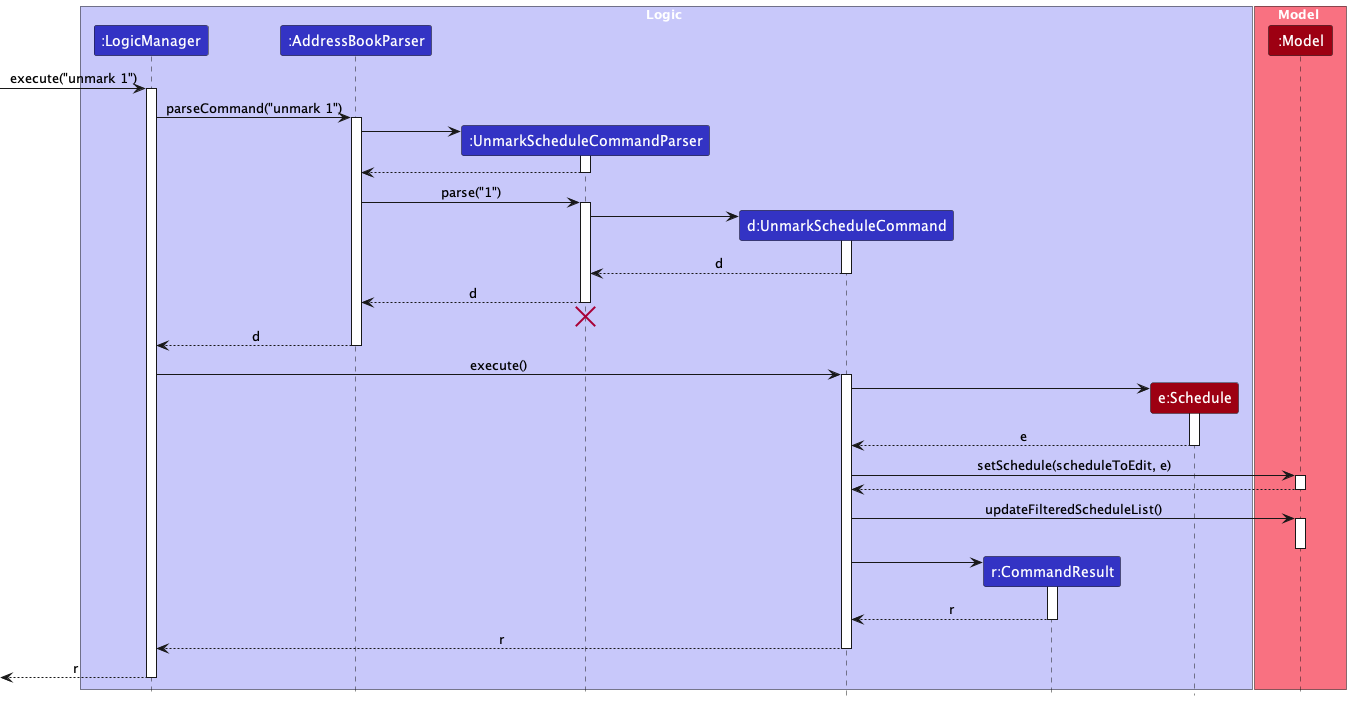
Above: docs/images/UnmarkScheduleSequenceDiagram.png in nus-cs2103-AY2324S1/tp (PlantUML), before the change.
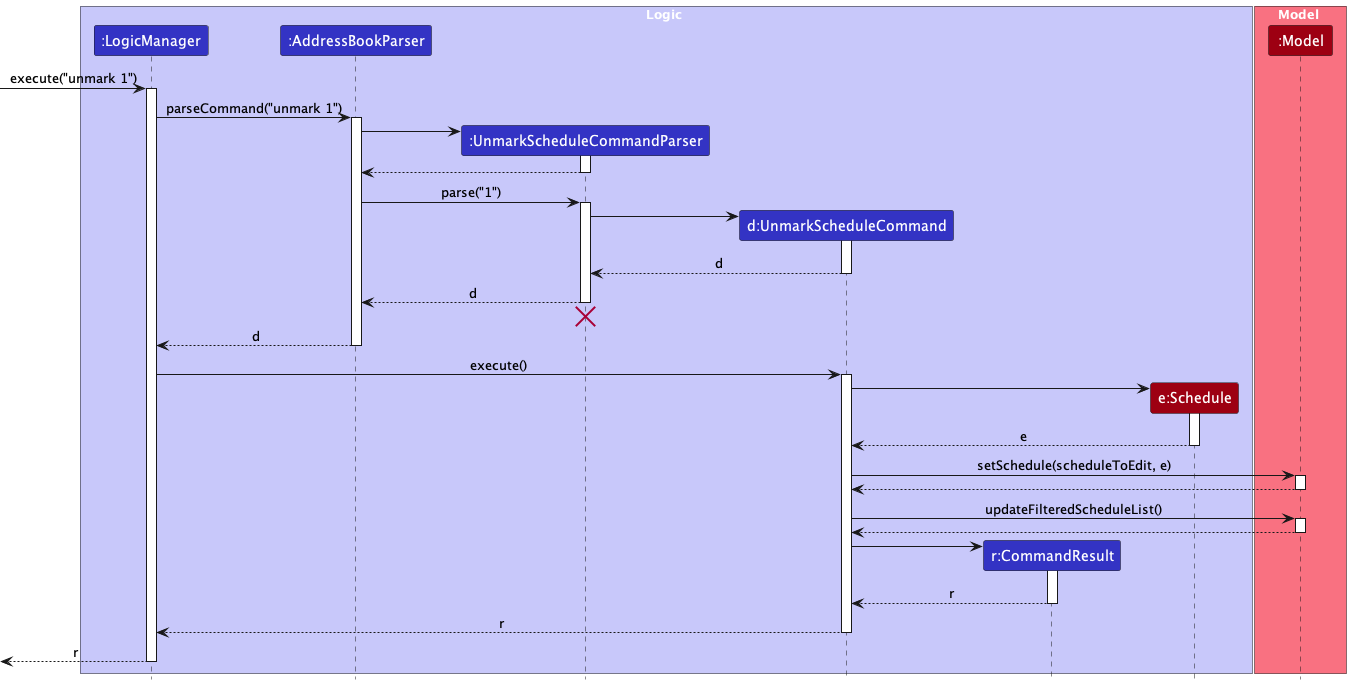
After the change.

Commit message:
Update sequence diagrams for edit-t and show

What changed in the source:
```diff
@@ -56,9 +56,7 @@
 UnmarkScheduleCommand -> Model ++ : setSchedule(scheduleToEdit, e)
 return
 UnmarkScheduleCommand -> Model ++ : updateFilteredScheduleList()
-deactivate Model
-
-deactivate Model
+return
 
 create CommandResult
 UnmarkScheduleCommand -> CommandResult
```
